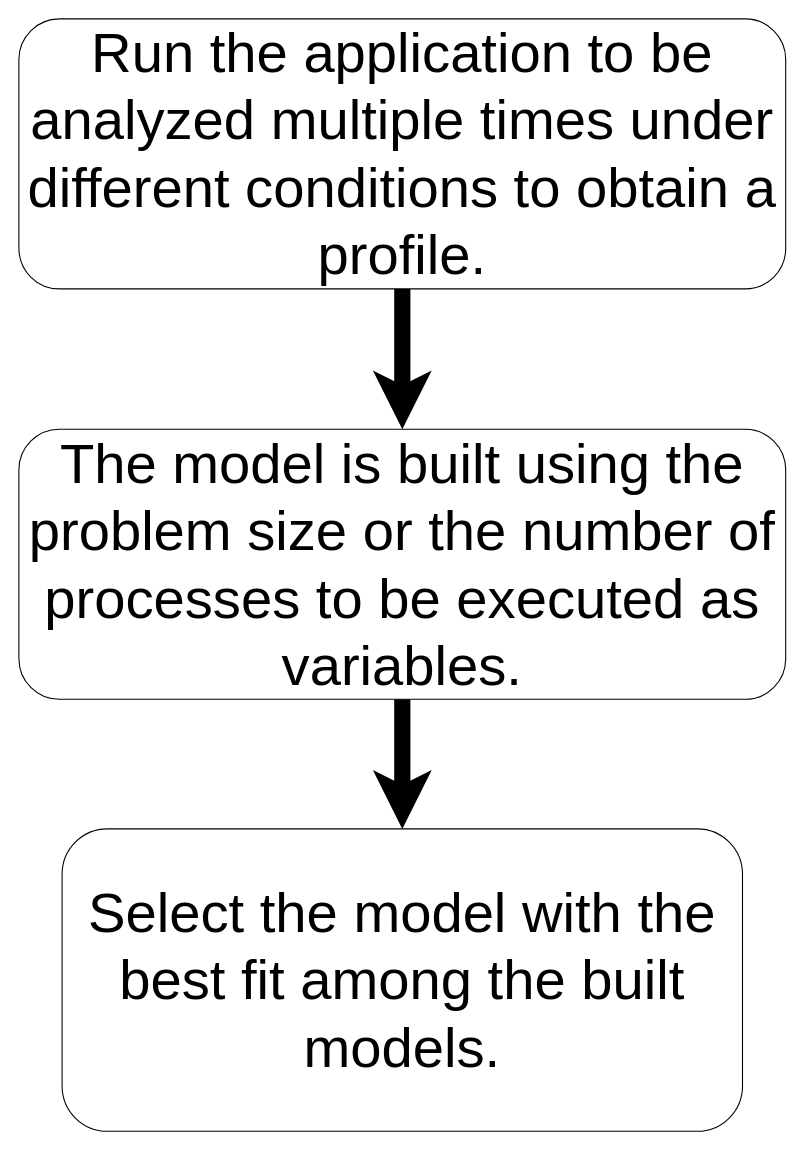
This is docs/proposal_flow.drawio from arima0714/Lab00, a draw.io file, before an edit. Source tidied: cells renumbered, new cells numbered last; positions are measured from the earlier drawing's top-left corner, leaving out a move shared by most shapes. Both pictures are drawn from the tidied source at 108%, with x=0, y=0 at pixel (18, 18).
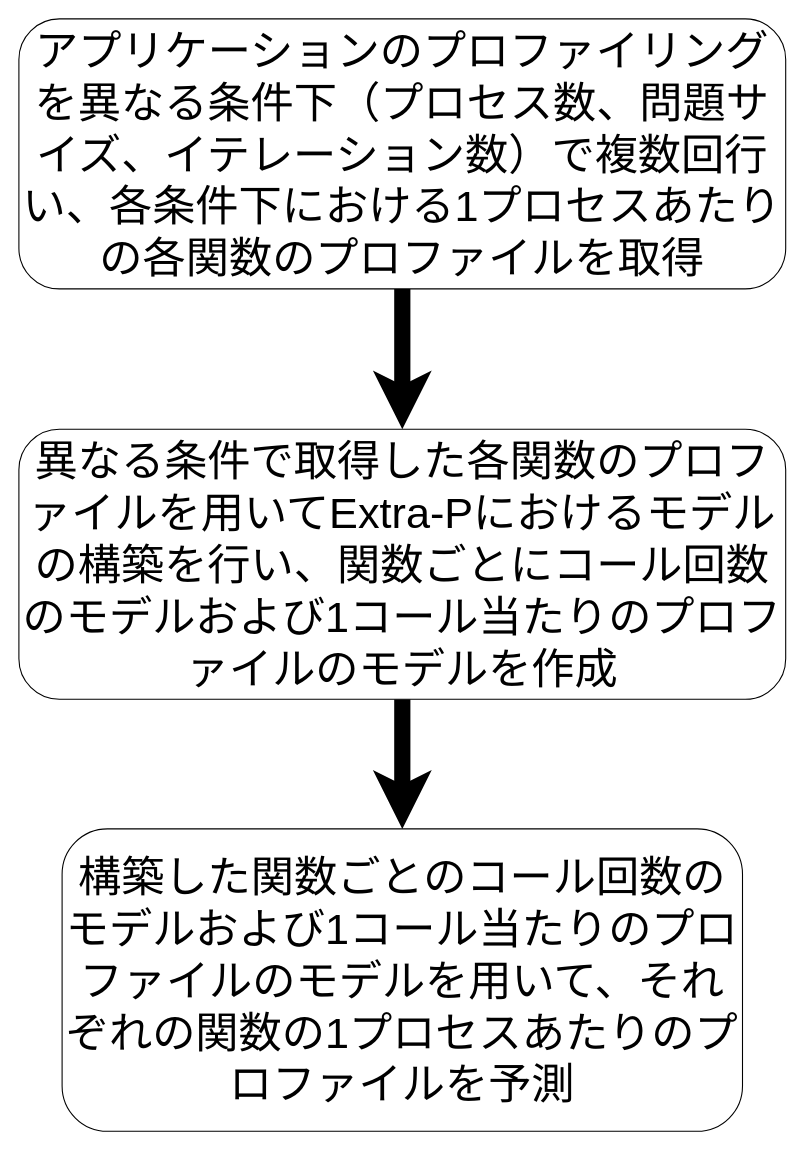
After the change.

Commit message:
HPC2022向けのフロチャートを追加

The edit, as a diff of the source:
```diff
@@
 <mxGraphModel>
   <root>
     <mxCell id="0" />
     <mxCell id="1" parent="0" />
     <mxCell id="2" style="edgeStyle=none;html=1;exitX=0.5;exitY=1;exitDx=0;exitDy=0;entryX=0.5;entryY=0;entryDx=0;entryDy=0;fontSize=50;strokeWidth=15;" parent="1" edge="1" source="3" target="6">
       <mxGeometry relative="1" as="geometry" />
     </mxCell>
-    <mxCell id="3" value="&lt;font style=&quot;font-size: 52px&quot;&gt;Run the application to be analyzed multiple times under different conditions to obtain a profile.&lt;/font&gt;" style="rounded=1;whiteSpace=wrap;html=1;fontSize=12;glass=0;strokeWidth=1;shadow=0;" parent="1" vertex="1">
+    <mxCell id="3" value="&lt;font style=&quot;font-size: 40px&quot;&gt;アプリケーションのプロファイリングを異なる条件下（プロセス数、問題サイズ、イテレーション数）で複数回行い、各条件下における1プロセスあたりの各関数のプロファイルを取得&lt;/font&gt;" style="rounded=1;whiteSpace=wrap;html=1;fontSize=12;glass=0;strokeWidth=1;shadow=0;" parent="1" vertex="1">
       <mxGeometry width="710" height="250" as="geometry" />
     </mxCell>
-    <mxCell id="4" value="&lt;font style=&quot;font-size: 52px&quot;&gt;Select the model with the best fit among the built models.&lt;/font&gt;" style="rounded=1;whiteSpace=wrap;html=1;fontSize=12;glass=0;strokeWidth=1;shadow=0;" parent="1" vertex="1">
+    <mxCell id="4" value="&lt;font style=&quot;font-size: 40px&quot;&gt;構築した関数ごとのコール回数のモデルおよび1コール当たりのプロファイルのモデルを用いて、それぞれの関数の1プロセスあたりのプロファイルを予測&lt;/font&gt;" style="rounded=1;whiteSpace=wrap;html=1;fontSize=12;glass=0;strokeWidth=1;shadow=0;" parent="1" vertex="1">
       <mxGeometry x="40" y="750" width="630" height="280" as="geometry" />
     </mxCell>
     <mxCell id="5" style="edgeStyle=none;html=1;entryX=0.5;entryY=0;entryDx=0;entryDy=0;fontSize=50;strokeWidth=15;" parent="1" edge="1" source="6" target="4">
       <mxGeometry relative="1" as="geometry" />
     </mxCell>
-    <mxCell id="6" value="&lt;font style=&quot;font-size: 52px&quot;&gt;The model is built using the problem size or the number of processes to be executed as variables.&lt;/font&gt;" style="rounded=1;whiteSpace=wrap;html=1;fontSize=12;glass=0;strokeWidth=1;shadow=0;" parent="1" vertex="1">
+    <mxCell id="6" value="&lt;font style=&quot;font-size: 40px&quot;&gt;異なる条件で取得した各関数のプロファイルを用いてExtra-Pにおけるモデルの構築を行い、関数ごとにコール回数のモデルおよび1コール当たりのプロファイルのモデルを作成&lt;/font&gt;" style="rounded=1;whiteSpace=wrap;html=1;fontSize=12;glass=0;strokeWidth=1;shadow=0;" parent="1" vertex="1">
       <mxGeometry y="380" width="710" height="250" as="geometry" />
     </mxCell>
   </root>
 </mxGraphModel>
```
